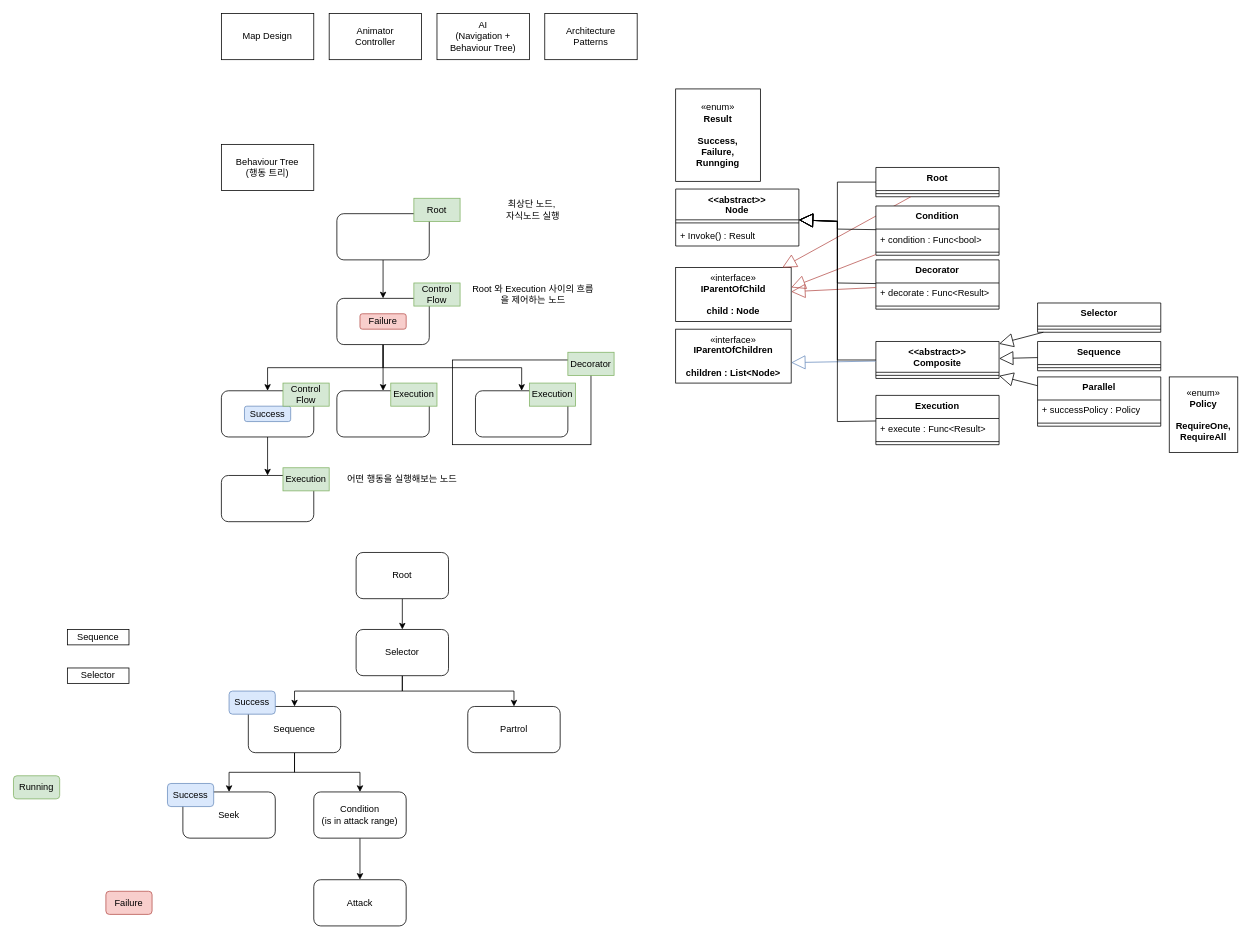
Above: RPG3D/RPG3DConcept.drawio in luke-youngmin-cho/UnityEngineBasic_9th (draw.io), before the change. Source tidied: cells renumbered, new cells numbered last; positions are measured from the earlier drawing's top-left corner, leaving out a move shared by most shapes. Both pictures are drawn from the tidied source at 77%, with x=0, y=0 at pixel (13, 13).
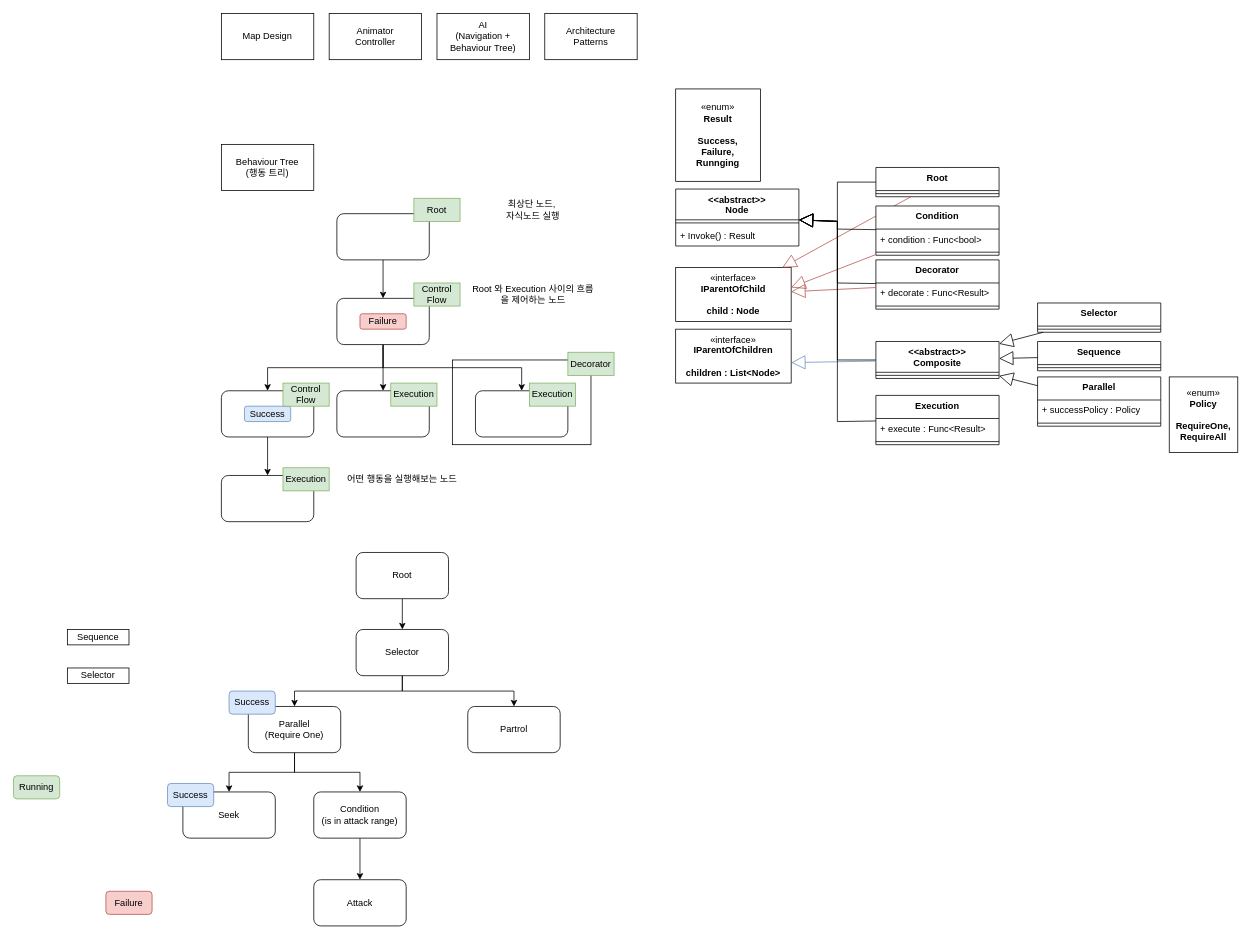
Above is the later version.

What changed in the source:
```diff
@@
-    <mxCell id="75" value="Sequence" style="rounded=1;whiteSpace=wrap;html=1;" parent="1" vertex="1">
+    <mxCell id="75" value="Parallel&lt;br&gt;(Require One)" style="rounded=1;whiteSpace=wrap;html=1;" parent="1" vertex="1">
       <mxGeometry x="305" y="900" width="120" height="60" as="geometry" />
     </mxCell>
```
